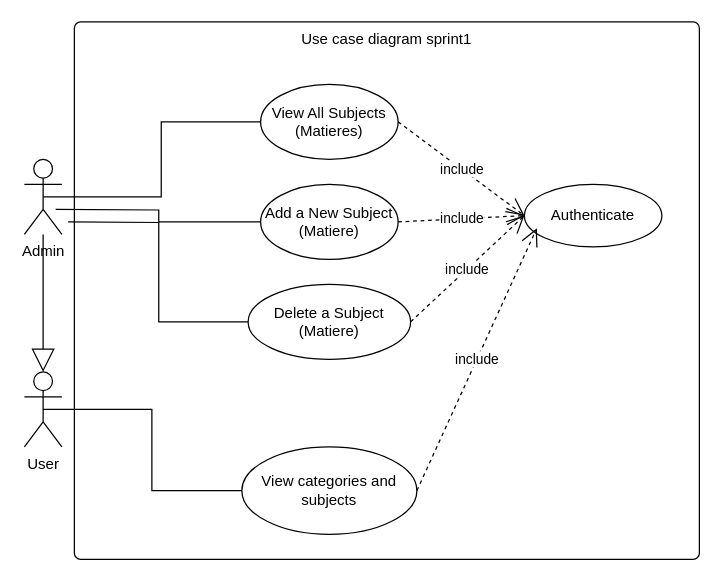
faresUnderScore999/test1.0 keeps this draw.io diagram as Diagramme sans nom.drawio. Above is the earlier version. Source tidied: cells renumbered, new cells numbered last; positions are measured from the earlier drawing's top-left corner, leaving out a move shared by most shapes. Both pictures are drawn from the tidied source at 125%, with x=0, y=0 at pixel (24, 21).
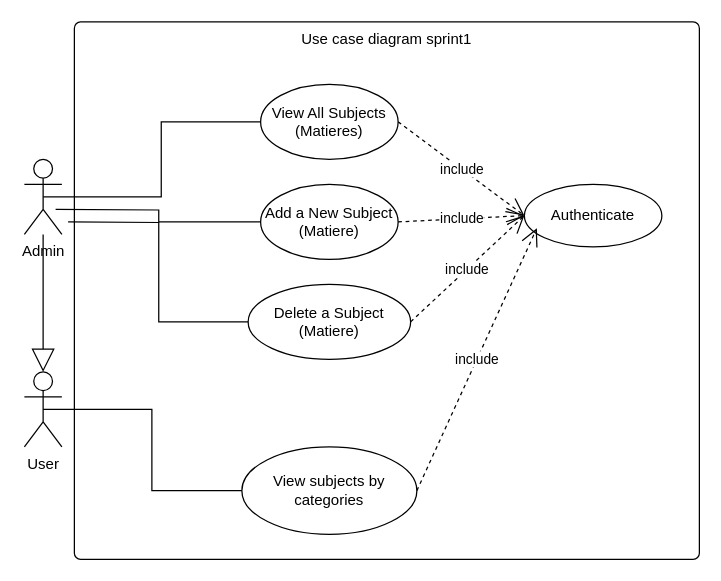
Above is the later version.

Commit message:
Mettre à jour Diagramme sans nom.drawio

What changed in the source:
```diff
@@
-    <mxCell id="9" value="View categories and subjects" style="ellipse;whiteSpace=wrap;html=1;" parent="1" vertex="1">
+    <mxCell id="9" value="View subjects by categories" style="ellipse;whiteSpace=wrap;html=1;" parent="1" vertex="1">
       <mxGeometry x="174" y="340" width="140" height="70" as="geometry" />
     </mxCell>
```
